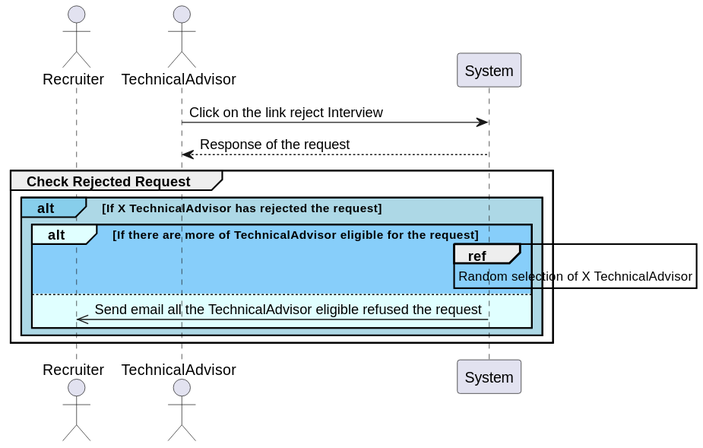
Earlier version of the PlantUML export documents/out/3-sequance/4-sequance_diagram_reject_interview/4-sequance_diagram_reject_interview.svg (iBoukhenna/interview-managment-system).
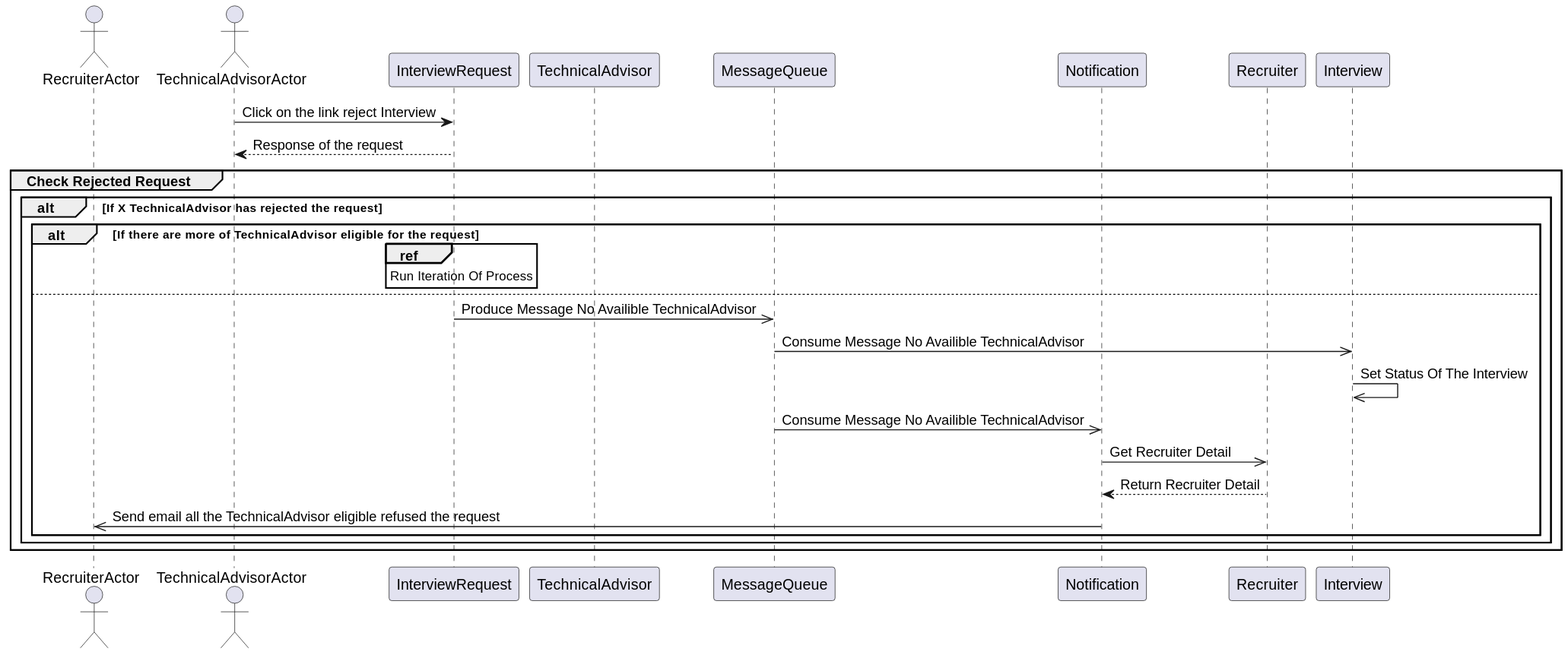
The same file after the commit.

Change to the diagram source:
```diff
@@ -1,19 +1,30 @@
 @startuml
 
-actor Recruiter
-actor TechnicalAdvisor
-participant System
+actor RecruiterActor
+actor TechnicalAdvisorActor
+participant InterviewRequest
+participant TechnicalAdvisor
+participant MessageQueue
+participant Notification
+participant Recruiter
+participant Interview
 
-TechnicalAdvisor -> System: Click on the link reject Interview
-System --> TechnicalAdvisor: Response of the request
+TechnicalAdvisorActor -> InterviewRequest: Click on the link reject Interview
+InterviewRequest --> TechnicalAdvisorActor: Response of the request
 group Check Rejected Request
-    alt#SkyBlue #LightBlue If X TechnicalAdvisor has rejected the request
-        alt#LightCyan #LightSkyBlue If there are more of TechnicalAdvisor eligible for the request
-            ref over System
-                Random selection of X TechnicalAdvisor
+    alt If X TechnicalAdvisor has rejected the request
+        alt If there are more of TechnicalAdvisor eligible for the request
+            ref over InterviewRequest
+                Run Iteration Of Process
             end ref
-        else #LightCyan
-            System ->> Recruiter: Send email all the TechnicalAdvisor eligible refused the request
+        else
+            InterviewRequest ->> MessageQueue: Produce Message No Availible TechnicalAdvisor
+            Interview <<- MessageQueue: Consume Message No Availible TechnicalAdvisor
+            Interview ->> Interview: Set Status Of The Interview
+            Notification <<- MessageQueue: Consume Message No Availible TechnicalAdvisor
+            Notification ->> Recruiter: Get Recruiter Detail
+            Recruiter --> Notification: Return Recruiter Detail
+            Notification ->> RecruiterActor: Send email all the TechnicalAdvisor eligible refused the request
         end
     end
 end
```
